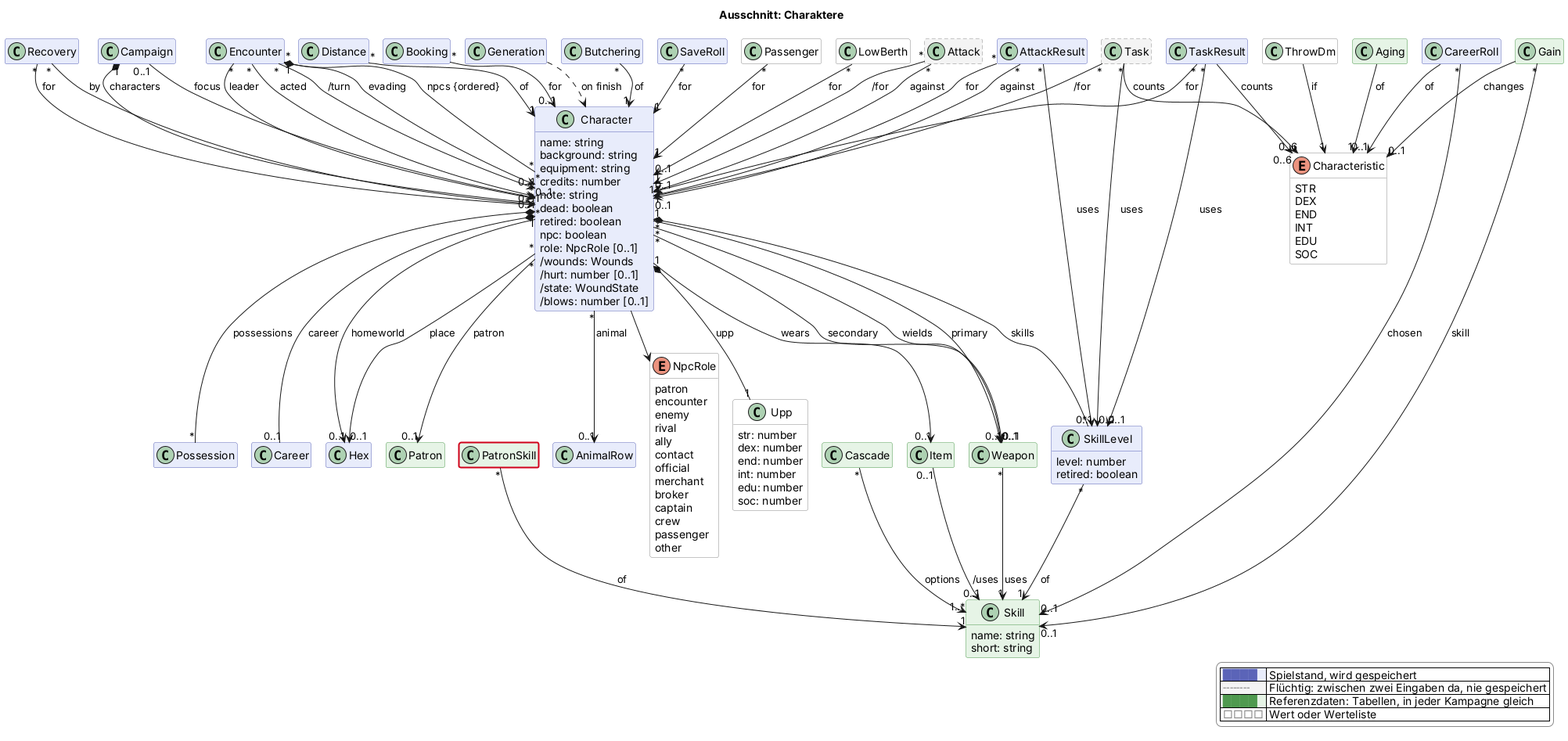
Above: docs/views/charakter.png in scuzzar/SRE (PlantUML), before the change.
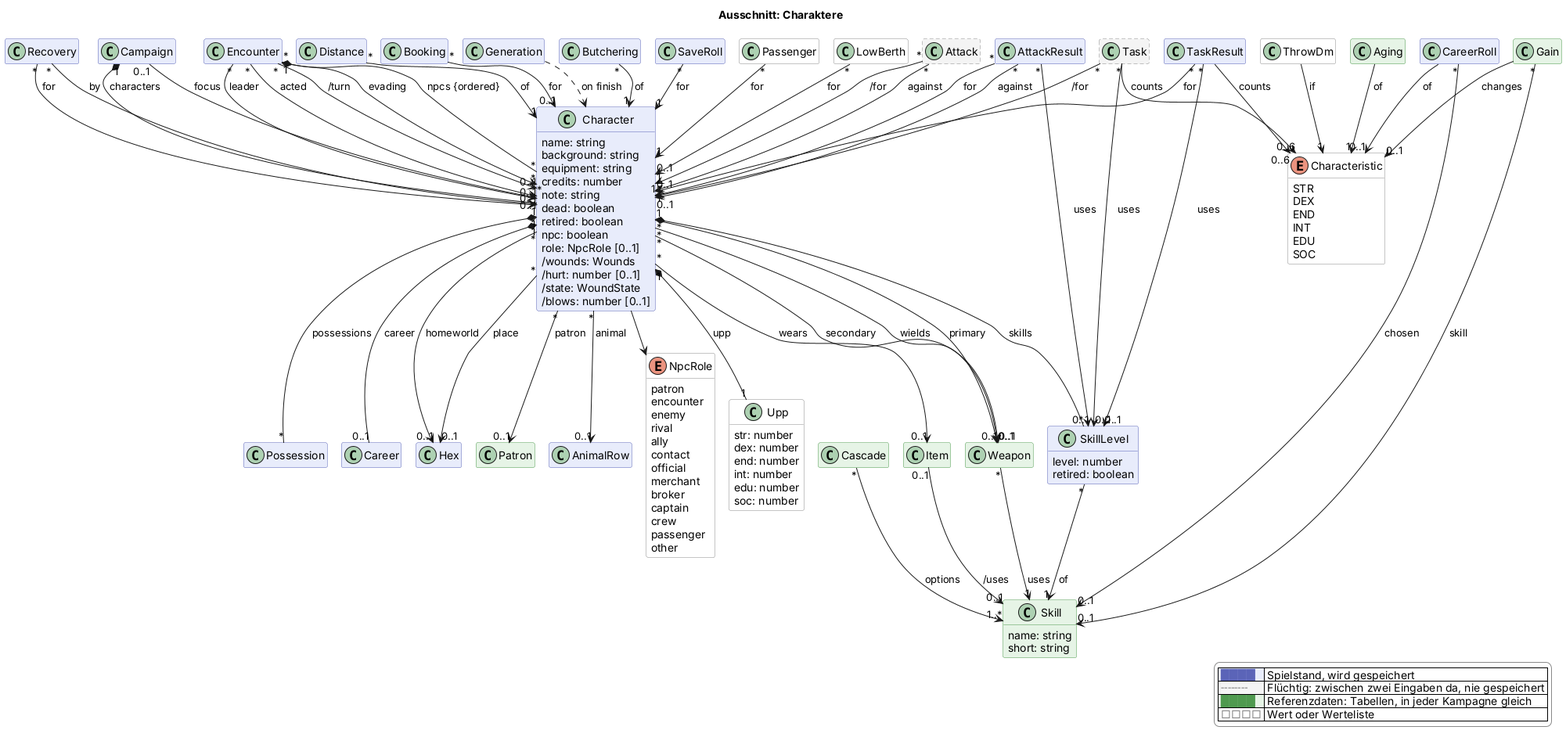
After the commit.

Change to the diagram source:
```diff
@@ -132,7 +132,6 @@
   class Encounter $begegnung
   class Distance $begegnung
   class Patron <<reference>> $begegnung
-  class PatronSkill <<reference>> $begegnung
   class AnimalRow $begegnung
 
   class Skill <<reference>> $charakter {
@@ -190,7 +189,6 @@
 
 Recovery "*" --> "1" Character : for
 Recovery "*" --> "0..1" Character : by
-PatronSkill "*" --> "1" Skill : of
 Butchering "*" --> "1" Character : of
 TaskResult "*" --> "1" Character : for
 TaskResult "*" --> "0..1" SkillLevel : uses
@@ -224,5 +222,4 @@
   |<#e6f4e6> <color:#4f9a4f>████</color> | Referenzdaten: Tabellen, in jeder Kampagne gleich |
   |<#ffffff> <color:#8a8a8a>□□□□</color> | Wert oder Werteliste |
 endlegend
-class PatronSkill #line:d0021b;line.bold
 @enduml
```
